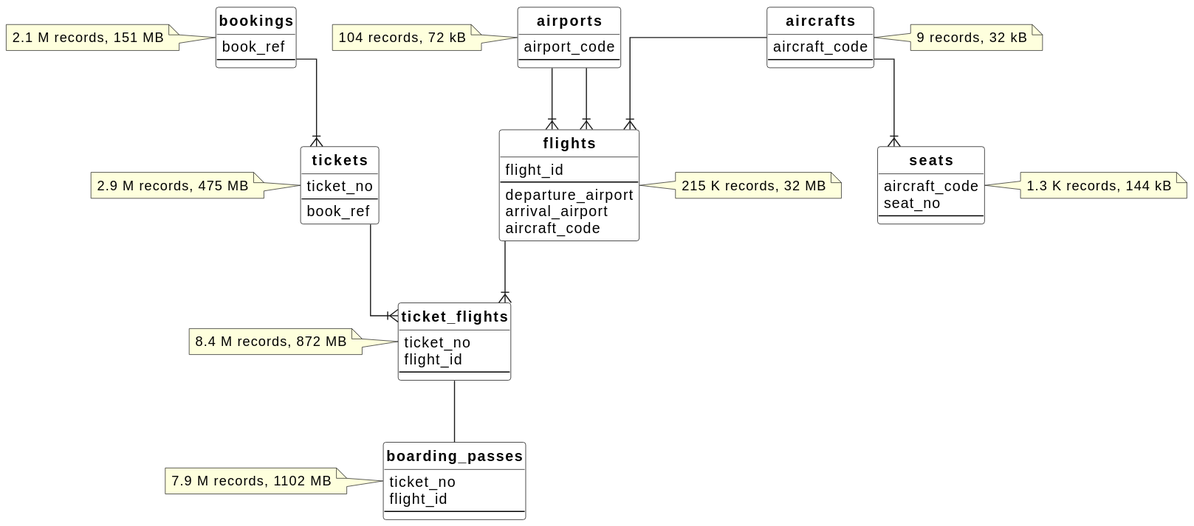
Earlier version of the PlantUML export databases/postgres/qpt-13/database-diagram.svg (mialkin/docs).
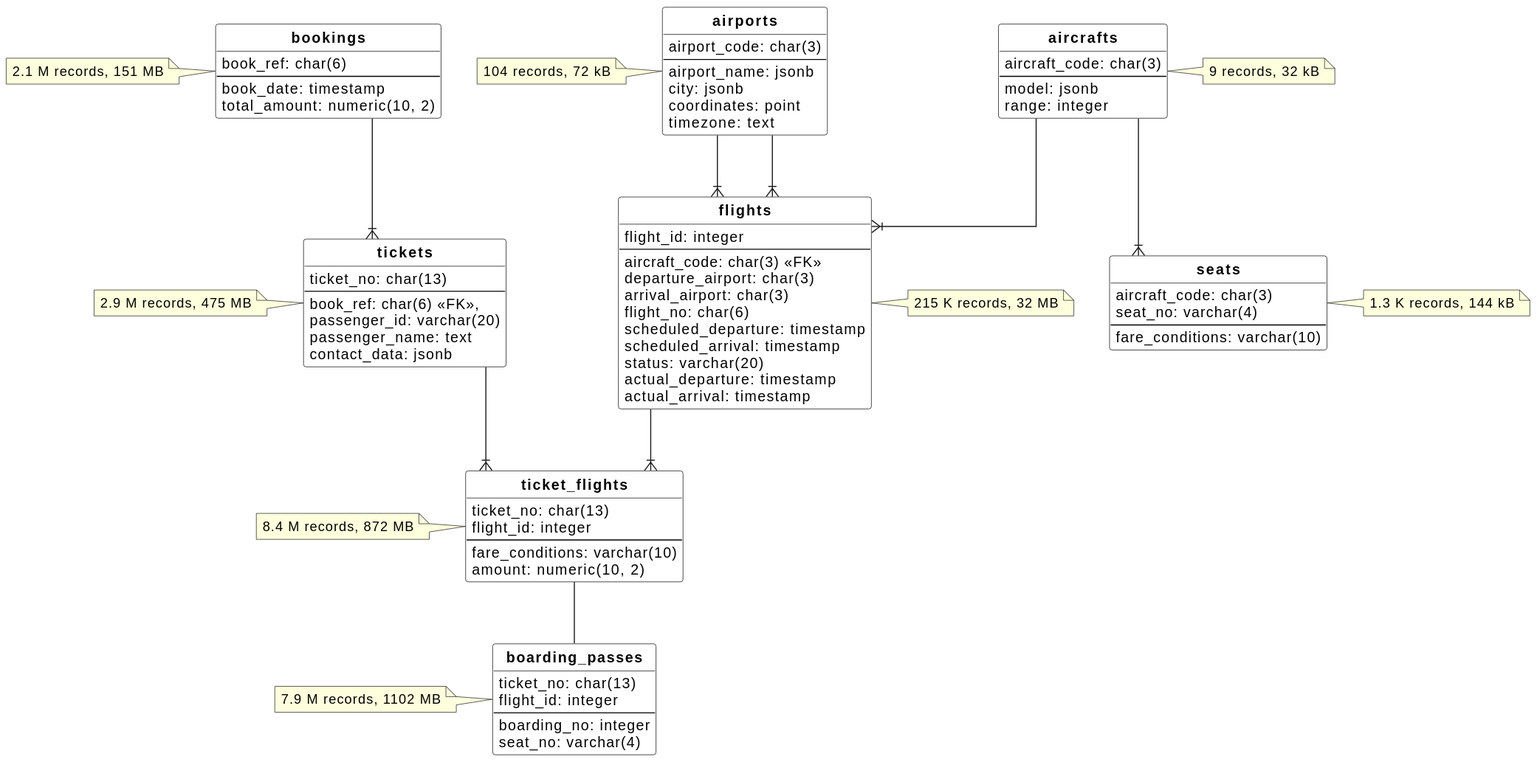
After the commit.

Change to the diagram source:
```diff
@@ -10,58 +10,80 @@
 }
 
 entity bookings {
- book_ref
+ book_ref: char(6)
  --
+ book_date: timestamp
+ total_amount: numeric(10, 2)
 }
 note left: 2.1 M records, 151 MB
 
 entity tickets {
- ticket_no
+ ticket_no: char(13)
  --
- book_ref
+ book_ref: char(6) <<FK>>,
+ passenger_id: varchar(20)
+ passenger_name: text
+ contact_data: jsonb
 }
 note left: 2.9 M records, 475 MB
 
 entity ticket_flights {
- ticket_no
- flight_id
+ ticket_no: char(13)
+ flight_id: integer
  --
+ fare_conditions: varchar(10)
+ amount: numeric(10, 2)
 }
 note left: 8.4 M records, 872 MB
 
 entity flights {
- flight_id
+ flight_id: integer
  --
- departure_airport
- arrival_airport
- aircraft_code
+ aircraft_code: char(3) <<FK>>
+ departure_airport: char(3)
+ arrival_airport: char(3)
+ flight_no: char(6)
+ scheduled_departure: timestamp
+ scheduled_arrival: timestamp
+ status: varchar(20)
+ actual_departure: timestamp
+ actual_arrival: timestamp
 }
 note right: 215 K records, 32 MB
 
 entity airports {
- airport_code
+ airport_code: char(3)
  --
+ airport_name: jsonb
+ city: jsonb
+ coordinates: point
+ timezone: text
 }
 note left: 104 records, 72 kB
 
 
 entity boarding_passes {
- ticket_no
- flight_id
+ ticket_no: char(13)
+ flight_id: integer
  --
+ boarding_no: integer
+ seat_no: varchar(4)
 }
 note left: 7.9 M records, 1102 MB
 
 entity aircrafts {
- aircraft_code
+ aircraft_code: char(3)
  --
+ model: jsonb
+ range: integer
 }
 note right: 9 records, 32 kB
 
 entity seats {
- aircraft_code
- seat_no
+ aircraft_code: char(3)
+ seat_no: varchar(4)
  --
+ fare_conditions: varchar(10)
 }
 note right: 1.3 K records, 144 kB
 
```
